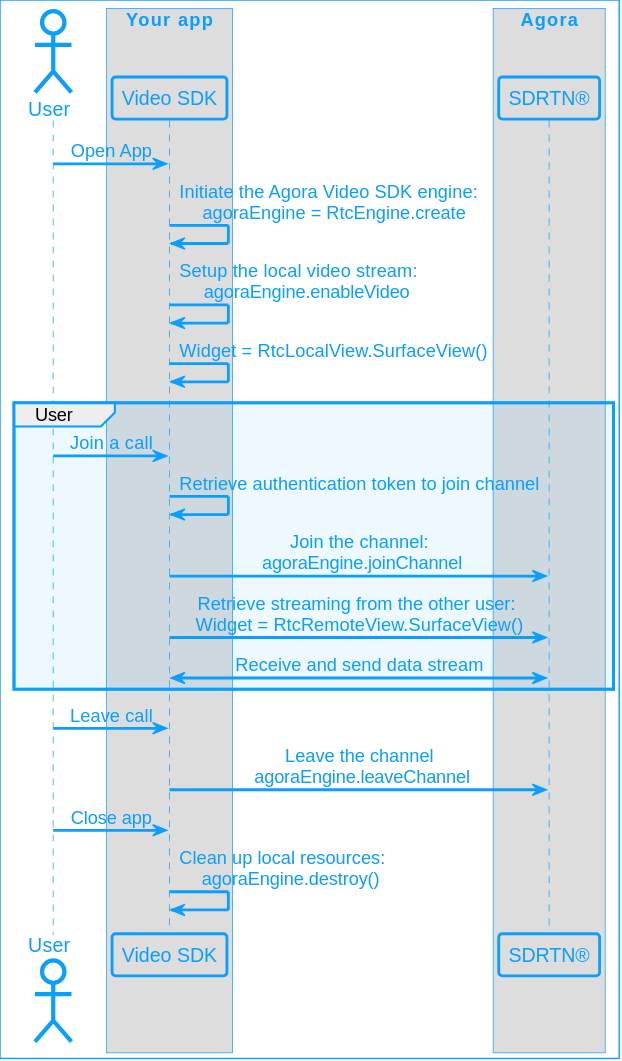
Before: assets/images/video-calling/video-call-logic-flutter.svg, a diagram exported from PlantUML (AgoraIO/Docs-Source).
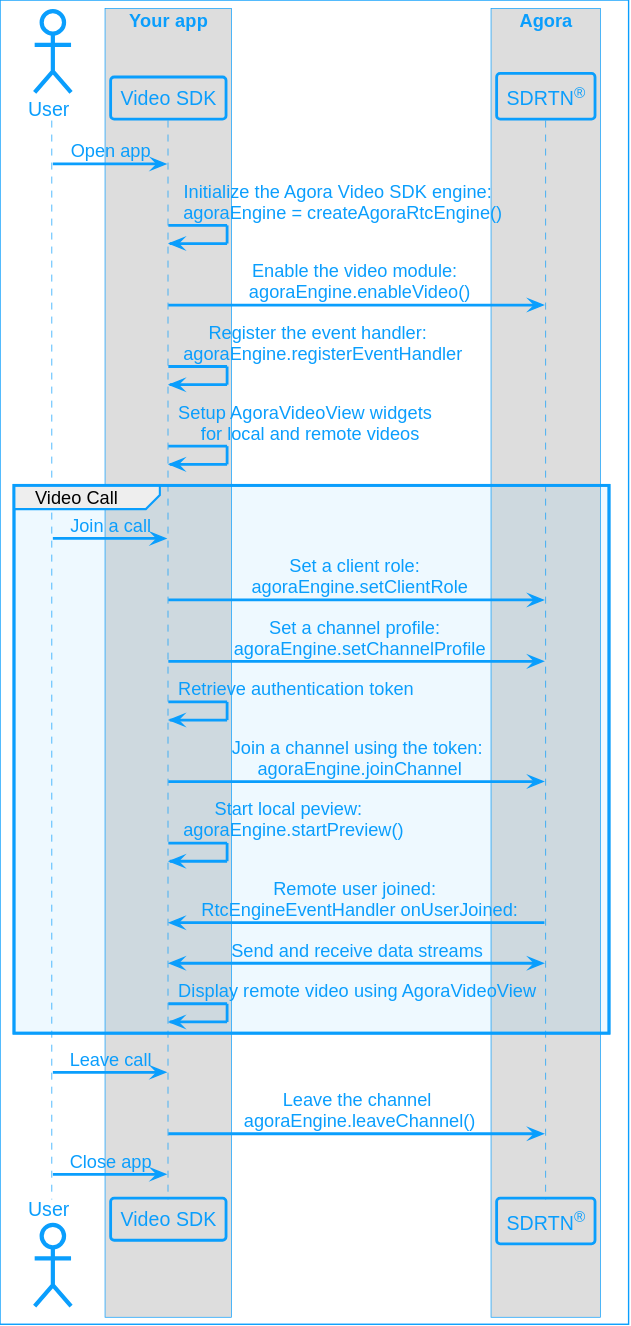
Above is the later version.

Diff of the diagram source:
```diff
@@ -1,36 +1,35 @@
 @startuml
-!include ../video-sdk/agora_skin.iuml
+!include agora_skin.iuml
 
 actor "User" as USR
 
 box "Your app"
-
 participant "Video SDK" as APP
-
 end box
 
 box "Agora"
-
-participant "SDRTN®" as API
-
+participant "SDRTN<sup>®</sup>" as API
 end box
 
-USR -> APP: Open App
-APP -> APP: Initiate the Agora Video SDK engine: \n agoraEngine = RtcEngine.create
-APP -> APP: Setup the local video stream: \n  agoraEngine.enableVideo
-APP -> APP: Widget = RtcLocalView.SurfaceView()
+USR -> APP: Open app
+APP -> APP: Initialize the Agora Video SDK engine: \n agoraEngine = createAgoraRtcEngine()
+APP -> API: Enable the video module: \n agoraEngine.enableVideo()
+APP -> APP: Register the event handler: \n agoraEngine.registerEventHandler
+APP -> APP: Setup AgoraVideoView widgets \n for local and remote videos
 
-group User
+group Video Call
 USR -> APP: Join a call
-APP->APP: Retrieve authentication token to join channel
-APP -> API: Join the channel:\n agoraEngine.joinChannel
-APP -> API: Retrieve streaming from the other user: \nWidget = RtcRemoteView.SurfaceView()
-API <-> APP: Receive and send data stream
-
+APP -> API: Set a client role: \n agoraEngine.setClientRole
+APP -> API: Set a channel profile: \n agoraEngine.setChannelProfile
+APP -> APP: Retrieve authentication token
+APP -> API: Join a channel using the token:\n agoraEngine.joinChannel
+APP -> APP: Start local peview: \n agoraEngine.startPreview()
+APP <- API: Remote user joined: \n RtcEngineEventHandler onUserJoined:
+APP <-> API: Send and receive data streams
+APP -> APP: Display remote video using AgoraVideoView
 end
 
 USR -> APP: Leave call
-APP -> API: Leave the channel\n agoraEngine.leaveChannel
+APP -> API: Leave the channel\n agoraEngine.leaveChannel()
 USR -> APP: Close app
-APP -> APP: Clean up local resources: \n  agoraEngine.destroy()
 @enduml
```
